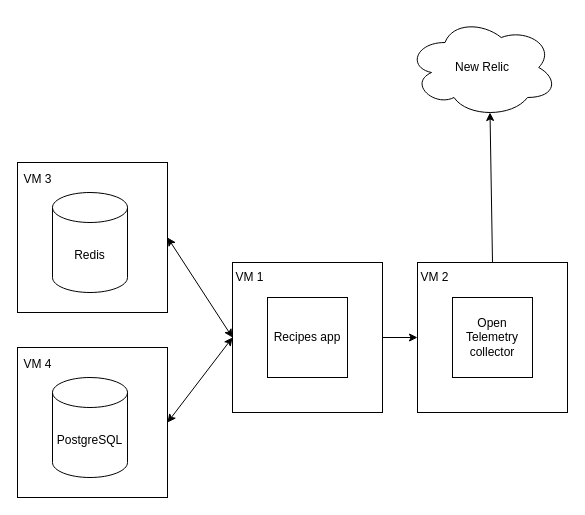
Earlier version of the draw.io diagram assets/architecture.drawio (mindaras/mytastybite). Source tidied: cells renumbered, new cells numbered last; positions are measured from the earlier drawing's top-left corner, leaving out a move shared by most shapes. Both pictures are drawn from the tidied source at 100%, with x=0, y=0 at pixel (17, 17).
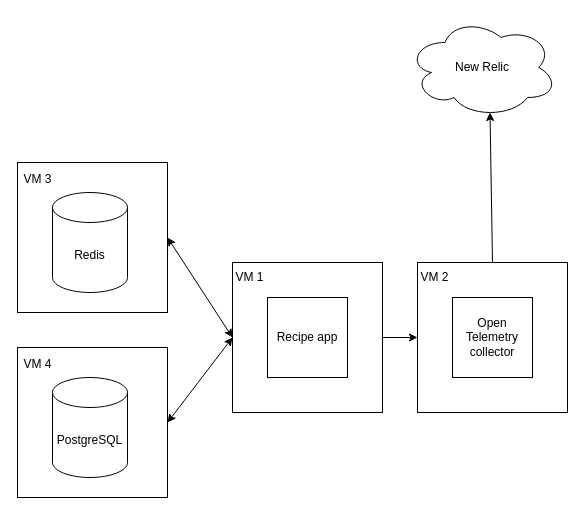
Above is the later version.

Commit message (it also covers changes not shown here):
docs: architecture visualization update

What changed in the source:
```diff
@@
 <mxGraphModel>
   <root>
     <mxCell id="0" />
     <mxCell id="1" parent="0" />
     <mxCell id="2" style="whiteSpace=wrap;html=1;fillColor=none;" parent="1" vertex="1">
       <mxGeometry x="215" y="245" width="150" height="150" as="geometry" />
     </mxCell>
     <mxCell id="3" style="whiteSpace=wrap;html=1;fillColor=none;" parent="1" vertex="1">
       <mxGeometry x="400" y="245" width="150" height="150" as="geometry" />
     </mxCell>
     <mxCell id="4" style="whiteSpace=wrap;html=1;fillColor=none;" parent="1" vertex="1">
       <mxGeometry y="145" width="150" height="150" as="geometry" />
     </mxCell>
     <mxCell id="5" style="whiteSpace=wrap;html=1;fillColor=none;" parent="1" vertex="1">
       <mxGeometry y="330" width="150" height="150" as="geometry" />
     </mxCell>
-    <mxCell id="6" value="Recipes app" style="whiteSpace=wrap;html=1;" parent="1" vertex="1">
+    <mxCell id="6" value="Recipe app" style="whiteSpace=wrap;html=1;" parent="1" vertex="1">
       <mxGeometry x="250" y="280" width="80" height="80" as="geometry" />
     </mxCell>
     <mxCell id="7" style="endArrow=classic;startArrow=classic;html=1;rounded=0;exitX=0;exitY=0.5;exitDx=0;exitDy=0;entryX=1;entryY=0.5;entryDx=0;entryDy=0;" parent="1" edge="1" source="2" target="4">
       <mxGeometry relative="1" as="geometry" />
     </mxCell>
     <mxCell id="8" style="endArrow=classic;startArrow=classic;html=1;rounded=0;exitX=0;exitY=0.5;exitDx=0;exitDy=0;entryX=1;entryY=0.5;entryDx=0;entryDy=0;" parent="1" edge="1" source="2" target="5">
       <mxGeometry relative="1" as="geometry" />
     </mxCell>
     <mxCell id="9" value="PostgreSQL" style="shape=cylinder3;whiteSpace=wrap;html=1;boundedLbl=1;backgroundOutline=1;size=15;" parent="1" vertex="1">
       <mxGeometry x="35" y="360" width="75" height="100" as="geometry" />
     </mxCell>
     <mxCell id="10" value="Open Telemetry collector" style="whiteSpace=wrap;html=1;" parent="1" vertex="1">
       <mxGeometry x="435" y="280" width="80" height="80" as="geometry" />
     </mxCell>
     <mxCell id="11" style="endArrow=classic;html=1;rounded=0;exitX=1;exitY=0.5;exitDx=0;exitDy=0;" parent="1" edge="1" source="2">
       <mxGeometry relative="1" as="geometry">
         <mxPoint x="400" y="320" as="targetPoint" />
       </mxGeometry>
     </mxCell>
     <mxCell id="12" value="New Relic" style="ellipse;shape=cloud;whiteSpace=wrap;html=1;" parent="1" vertex="1">
       <mxGeometry x="390" width="150" height="100" as="geometry" />
     </mxCell>
     <mxCell id="13" style="endArrow=classic;html=1;rounded=0;exitX=0.5;exitY=0;exitDx=0;exitDy=0;entryX=0.55;entryY=0.95;entryDx=0;entryDy=0;entryPerimeter=0;" parent="1" edge="1" source="3" target="12">
       <mxGeometry relative="1" as="geometry" />
     </mxCell>
     <mxCell id="14" value="VM 1" style="text;html=1;strokeColor=none;fillColor=none;align=center;verticalAlign=middle;whiteSpace=wrap;rounded=0;" parent="1" vertex="1">
       <mxGeometry x="215" y="245" width="35" height="30" as="geometry" />
     </mxCell>
     <mxCell id="15" value="VM 4" style="text;html=1;strokeColor=none;fillColor=none;align=center;verticalAlign=middle;whiteSpace=wrap;rounded=0;" parent="1" vertex="1">
       <mxGeometry x="3" y="332" width="35" height="30" as="geometry" />
     </mxCell>
     <mxCell id="16" value="Redis" style="shape=cylinder3;whiteSpace=wrap;html=1;boundedLbl=1;backgroundOutline=1;size=15;" parent="1" vertex="1">
       <mxGeometry x="35" y="175" width="75" height="100" as="geometry" />
     </mxCell>
     <mxCell id="17" value="VM 3" style="text;html=1;strokeColor=none;fillColor=none;align=center;verticalAlign=middle;whiteSpace=wrap;rounded=0;" parent="1" vertex="1">
       <mxGeometry x="3" y="147" width="35" height="30" as="geometry" />
     </mxCell>
     <mxCell id="18" value="VM 2" style="text;html=1;strokeColor=none;fillColor=none;align=center;verticalAlign=middle;whiteSpace=wrap;rounded=0;" parent="1" vertex="1">
       <mxGeometry x="400" y="245" width="35" height="30" as="geometry" />
     </mxCell>
   </root>
 </mxGraphModel>
```
